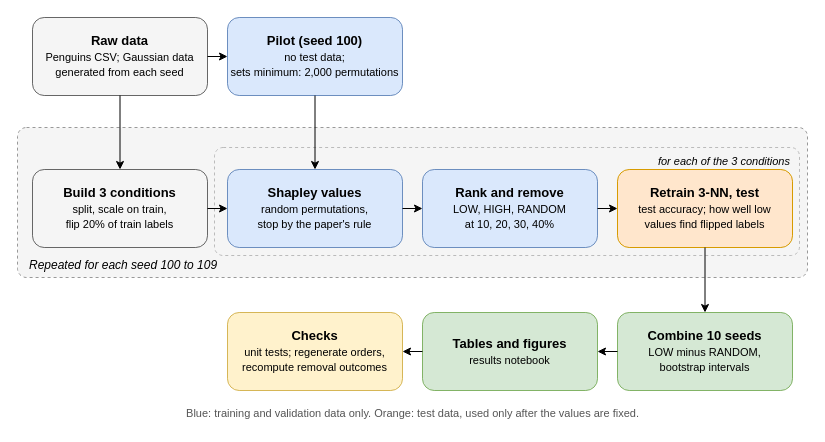
Above: report/flowchart.drawio in Dianaamrn/Data-Shapely-ML (draw.io), before the change. Source tidied: cells renumbered, new cells numbered last; positions are measured from the earlier drawing's top-left corner, leaving out a move shared by most shapes. Both pictures are drawn from the tidied source at 100%, with x=0, y=0 at pixel (17, 17).
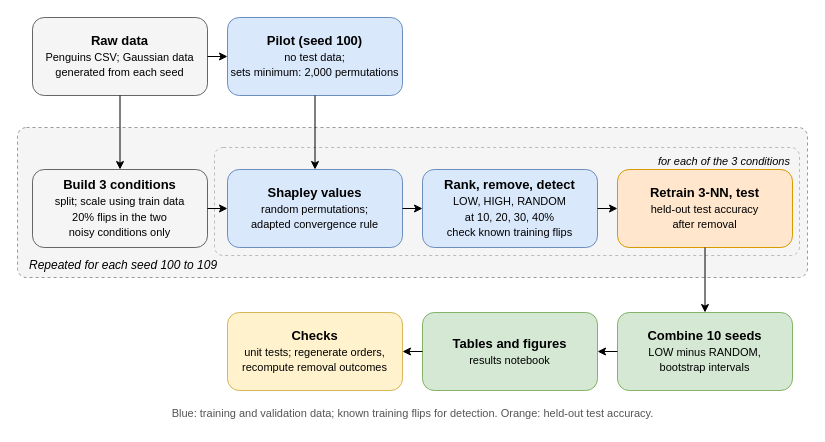
After the change.

Commit message (it also covers changes not shown here):
Fix report wording, citations and diagram

What changed in the source:
```diff
@@
-    <mxCell id="6" value="&lt;b&gt;Build 3 conditions&lt;/b&gt;&lt;br&gt;&lt;font style=&quot;font-size:11px&quot;&gt;split, scale on train,&lt;br&gt;flip 20% of train labels&lt;/font&gt;" style="rounded=1;whiteSpace=wrap;html=1;fontSize=13;fillColor=#f5f5f5;strokeColor=#666666;" parent="1" vertex="1">
+    <mxCell id="6" value="&lt;b&gt;Build 3 conditions&lt;/b&gt;&lt;br&gt;&lt;font style=&quot;font-size:11px&quot;&gt;split; scale using train data&lt;br&gt;20% flips in the two&lt;br&gt;noisy conditions only&lt;/font&gt;" style="rounded=1;whiteSpace=wrap;html=1;fontSize=13;fillColor=#f5f5f5;strokeColor=#666666;" parent="1" vertex="1">
       <mxGeometry x="15" y="152" width="175" height="78" as="geometry" />
     </mxCell>
-    <mxCell id="7" value="&lt;b&gt;Shapley values&lt;/b&gt;&lt;br&gt;&lt;font style=&quot;font-size:11px&quot;&gt;random permutations,&lt;br&gt;stop by the paper's rule&lt;/font&gt;" style="rounded=1;whiteSpace=wrap;html=1;fontSize=13;fillColor=#dae8fc;strokeColor=#6c8ebf;" parent="1" vertex="1">
+    <mxCell id="7" value="&lt;b&gt;Shapley values&lt;/b&gt;&lt;br&gt;&lt;font style=&quot;font-size:11px&quot;&gt;random permutations;&lt;br&gt;adapted convergence rule&lt;/font&gt;" style="rounded=1;whiteSpace=wrap;html=1;fontSize=13;fillColor=#dae8fc;strokeColor=#6c8ebf;" parent="1" vertex="1">
       <mxGeometry x="210" y="152" width="175" height="78" as="geometry" />
     </mxCell>
-    <mxCell id="8" value="&lt;b&gt;Rank and remove&lt;/b&gt;&lt;br&gt;&lt;font style=&quot;font-size:11px&quot;&gt;LOW, HIGH, RANDOM&lt;br&gt;at 10, 20, 30, 40%&lt;/font&gt;" style="rounded=1;whiteSpace=wrap;html=1;fontSize=13;fillColor=#dae8fc;strokeColor=#6c8ebf;" parent="1" vertex="1">
+    <mxCell id="8" value="&lt;b&gt;Rank, remove, detect&lt;/b&gt;&lt;br&gt;&lt;font style=&quot;font-size:11px&quot;&gt;LOW, HIGH, RANDOM&lt;br&gt;at 10, 20, 30, 40%&lt;br&gt;check known training flips&lt;/font&gt;" style="rounded=1;whiteSpace=wrap;html=1;fontSize=13;fillColor=#dae8fc;strokeColor=#6c8ebf;" parent="1" vertex="1">
       <mxGeometry x="405" y="152" width="175" height="78" as="geometry" />
     </mxCell>
-    <mxCell id="9" value="&lt;b&gt;Retrain 3-NN, test&lt;/b&gt;&lt;br&gt;&lt;font style=&quot;font-size:11px&quot;&gt;test accuracy; how well low&lt;br&gt;values find flipped labels&lt;/font&gt;" style="rounded=1;whiteSpace=wrap;html=1;fontSize=13;fillColor=#ffe6cc;strokeColor=#d79b00;" parent="1" vertex="1">
+    <mxCell id="9" value="&lt;b&gt;Retrain 3-NN, test&lt;/b&gt;&lt;br&gt;&lt;font style=&quot;font-size:11px&quot;&gt;held-out test accuracy&lt;br&gt;after removal&lt;/font&gt;" style="rounded=1;whiteSpace=wrap;html=1;fontSize=13;fillColor=#ffe6cc;strokeColor=#d79b00;" parent="1" vertex="1">
       <mxGeometry x="600" y="152" width="175" height="78" as="geometry" />
     </mxCell>
@@
-    <mxCell id="13" value="Blue: training and validation data only.   Orange: test data, used only after the values are fixed." style="text;html=1;fontSize=11;align=center;verticalAlign=middle;fontColor=#555555;" parent="1" vertex="1">
+    <mxCell id="13" value="Blue: training and validation data; known training flips for detection.   Orange: held-out test accuracy." style="text;html=1;fontSize=11;align=center;verticalAlign=middle;fontColor=#555555;" parent="1" vertex="1">
       <mxGeometry y="385" width="790" height="22" as="geometry" />
     </mxCell>
```
